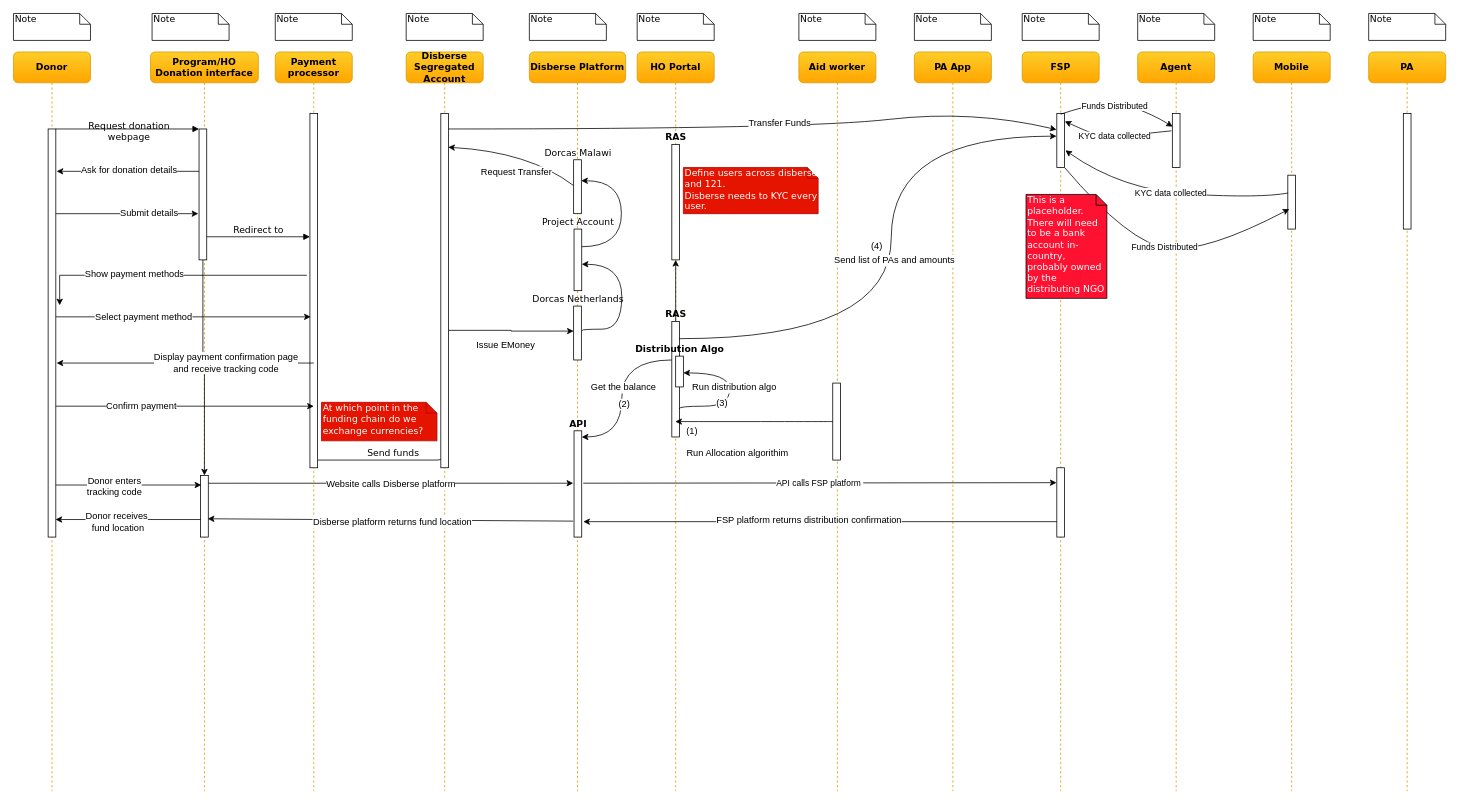
Above: Funds Flow Sequence Diagram.drawio in nsward/diagrams (draw.io), before the change. Source tidied: cells renumbered, new cells numbered last; positions are measured from the earlier drawing's top-left corner, leaving out a move shared by most shapes. Both pictures are drawn from the tidied source at 77%, with x=0, y=0 at pixel (13, 13).
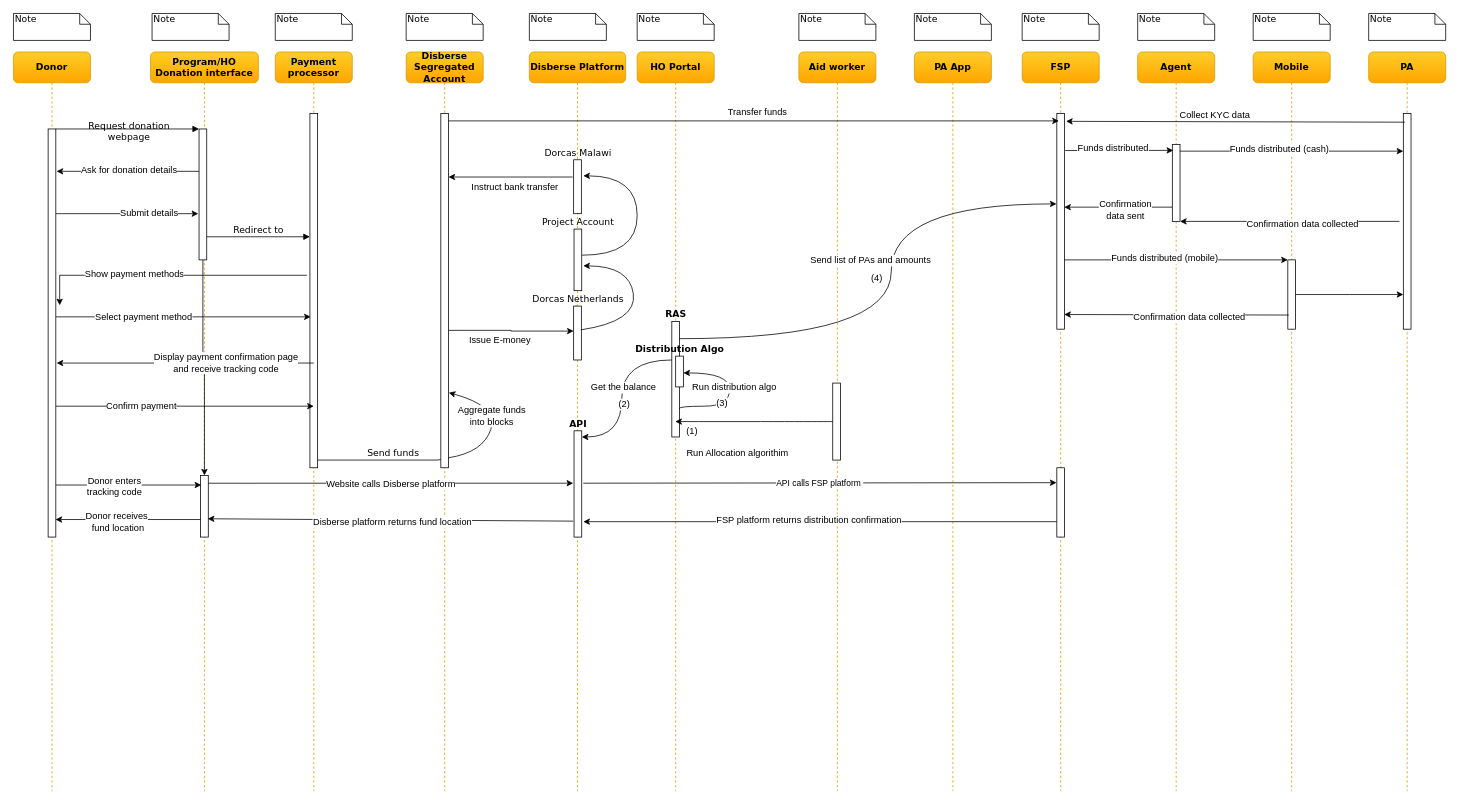
After the change.

Unchanged cells that the change refers to:
```xml
<mxCell id="8" value="Disberse Platform" style="shape=umlLifeline;perimeter=lifelinePerimeter;whiteSpace=wrap;html=1;rounded=1;shadow=0;comic=0;labelBackgroundColor=none;strokeColor=#d79b00;strokeWidth=1;fillColor=#ffcd28;fontFamily=Verdana;fontSize=12;fontColor=#000000;align=center;fontStyle=1;gradientColor=#ffa500;" parent="1" vertex="1">
  <mxGeometry x="670" y="50" width="125" height="960" as="geometry" />
</mxCell>
<mxCell id="9" value="Project Account" style="html=1;points=[];perimeter=orthogonalPerimeter;rounded=0;shadow=0;comic=0;labelBackgroundColor=none;strokeColor=#000000;strokeWidth=1;fillColor=#FFFFFF;fontFamily=Verdana;fontSize=12;fontColor=#000000;align=center;verticalAlign=bottom;labelPosition=center;verticalLabelPosition=top;" parent="8" vertex="1">
  <mxGeometry x="58" y="230" width="10" height="80" as="geometry" />
</mxCell>
<mxCell id="10" value="Dorcas Malawi" style="html=1;points=[];perimeter=orthogonalPerimeter;rounded=0;shadow=0;comic=0;labelBackgroundColor=none;strokeColor=#000000;strokeWidth=1;fillColor=#FFFFFF;fontFamily=Verdana;fontSize=12;fontColor=#000000;align=center;verticalAlign=bottom;labelPosition=center;verticalLabelPosition=top;" parent="8" vertex="1">
  <mxGeometry x="57.5" y="140" width="10" height="70" as="geometry" />
</mxCell>
<mxCell id="12" value="Dorcas Netherlands" style="html=1;points=[];perimeter=orthogonalPerimeter;rounded=0;shadow=0;comic=0;labelBackgroundColor=none;strokeColor=#000000;strokeWidth=1;fillColor=#FFFFFF;fontFamily=Verdana;fontSize=12;fontColor=#000000;align=center;verticalAlign=bottom;labelPosition=center;verticalLabelPosition=top;" parent="8" vertex="1">
  <mxGeometry x="57.5" y="330" width="10" height="70" as="geometry" />
</mxCell>
<mxCell id="14" value="HO Portal" style="shape=umlLifeline;perimeter=lifelinePerimeter;whiteSpace=wrap;html=1;outlineConnect=0;rounded=1;shadow=0;comic=0;labelBackgroundColor=none;strokeColor=#d79b00;strokeWidth=1;fillColor=#ffcd28;fontFamily=Verdana;fontSize=12;fontColor=#000000;align=center;fontStyle=1;gradientColor=#ffa500;" parent="1" vertex="1">
  <mxGeometry x="810" y="50" width="100" height="960" as="geometry" />
</mxCell>
<mxCell id="16" value="RAS" style="html=1;points=[];perimeter=orthogonalPerimeter;rounded=0;shadow=0;comic=0;labelBackgroundColor=none;strokeColor=#000000;strokeWidth=1;fillColor=#FFFFFF;fontFamily=Verdana;fontSize=12;fontColor=#000000;align=center;labelPosition=center;verticalLabelPosition=top;verticalAlign=bottom;fontStyle=1;" parent="14" vertex="1">
  <mxGeometry x="45" y="350" width="10" height="150" as="geometry" />
</mxCell>
<mxCell id="19" value="FSP" style="shape=umlLifeline;perimeter=lifelinePerimeter;whiteSpace=wrap;html=1;rounded=1;shadow=0;comic=0;labelBackgroundColor=none;strokeWidth=1;fillColor=#ffcd28;fontFamily=Verdana;fontSize=12;align=center;fontStyle=1;strokeColor=#d79b00;gradientColor=#ffa500;" parent="1" vertex="1">
  <mxGeometry x="1310" y="50" width="100" height="960" as="geometry" />
</mxCell>
<mxCell id="46" value="Disberse Segregated Account" style="shape=umlLifeline;perimeter=lifelinePerimeter;whiteSpace=wrap;html=1;rounded=1;shadow=0;comic=0;labelBackgroundColor=none;strokeColor=#d79b00;strokeWidth=1;fillColor=#ffcd28;fontFamily=Verdana;fontSize=12;fontColor=#000000;align=center;fontStyle=1;gradientColor=#ffa500;" parent="1" vertex="1">
  <mxGeometry x="510" y="50" width="100" height="960" as="geometry" />
</mxCell>
<mxCell id="47" style="html=1;points=[];perimeter=orthogonalPerimeter;rounded=0;shadow=0;comic=0;labelBackgroundColor=none;strokeColor=#000000;strokeWidth=1;fillColor=#FFFFFF;fontFamily=Verdana;fontSize=12;fontColor=#000000;align=center;labelPosition=center;verticalLabelPosition=top;verticalAlign=bottom;" parent="46" vertex="1">
  <mxGeometry x="45" y="80" width="10" height="460" as="geometry" />
</mxCell>
<mxCell id="49" style="edgeStyle=orthogonalEdgeStyle;rounded=0;jettySize=auto;html=1;entryX=0;entryY=0.464;entryDx=0;entryDy=0;entryPerimeter=0;exitX=1.039;exitY=0.612;exitDx=0;exitDy=0;exitPerimeter=0;" parent="1" edge="1" source="47" target="12">
  <mxGeometry relative="1" as="geometry" />
</mxCell>
<mxCell id="73" value="Agent" style="shape=umlLifeline;perimeter=lifelinePerimeter;whiteSpace=wrap;html=1;rounded=1;shadow=0;comic=0;labelBackgroundColor=none;strokeWidth=1;fillColor=#ffcd28;fontFamily=Verdana;fontSize=12;align=center;fontStyle=1;strokeColor=#d79b00;gradientColor=#ffa500;" parent="1" vertex="1">
  <mxGeometry x="1460" y="50" width="100" height="960" as="geometry" />
</mxCell>
<mxCell id="75" value="Mobile" style="shape=umlLifeline;perimeter=lifelinePerimeter;whiteSpace=wrap;html=1;rounded=1;shadow=0;comic=0;labelBackgroundColor=none;strokeWidth=1;fillColor=#ffcd28;fontFamily=Verdana;fontSize=12;align=center;fontStyle=1;strokeColor=#d79b00;gradientColor=#ffa500;" parent="1" vertex="1">
  <mxGeometry x="1610" y="50" width="100" height="960" as="geometry" />
</mxCell>
<mxCell id="82" value="PA" style="shape=umlLifeline;perimeter=lifelinePerimeter;whiteSpace=wrap;html=1;rounded=1;shadow=0;comic=0;labelBackgroundColor=none;strokeWidth=1;fillColor=#ffcd28;fontFamily=Verdana;fontSize=12;align=center;fontStyle=1;strokeColor=#d79b00;gradientColor=#ffa500;" parent="1" vertex="1">
  <mxGeometry x="1760" y="50" width="100" height="960" as="geometry" />
</mxCell>
```

Diff of the diagram source:
```diff
@@
-    <mxCell id="13" style="edgeStyle=orthogonalEdgeStyle;curved=1;rounded=0;jettySize=auto;html=1;entryX=1;entryY=0.571;entryDx=0;entryDy=0;entryPerimeter=0;exitX=1.097;exitY=0.452;exitDx=0;exitDy=0;exitPerimeter=0;" parent="8" edge="1" source="12" target="9">
+    <mxCell id="13" style="curved=1;endArrow=classic;html=1;exitX=0.943;exitY=0.441;exitDx=0;exitDy=0;exitPerimeter=0;entryX=1.2;entryY=0.597;entryDx=0;entryDy=0;entryPerimeter=0;" parent="8" edge="1" source="12" target="9">
       <mxGeometry relative="1" as="geometry">
         <Array as="points">
-          <mxPoint x="68" y="360" />
-          <mxPoint x="120" y="360" />
-          <mxPoint x="120" y="276" />
+          <mxPoint x="140" y="350" />
+          <mxPoint x="130" y="278" />
         </Array>
       </mxGeometry>
     </mxCell>
+    <mxCell id="99" style="curved=1;endArrow=classic;html=1;exitX=1.047;exitY=0.424;exitDx=0;exitDy=0;exitPerimeter=0;entryX=1.25;entryY=0.298;entryDx=0;entryDy=0;entryPerimeter=0;" parent="8" edge="1" source="9" target="10">
+      <mxGeometry relative="1" as="geometry">
+        <Array as="points">
+          <mxPoint x="140" y="264" />
+          <mxPoint x="140" y="161" />
+        </Array>
+      </mxGeometry>
+    </mxCell>
@@
-    <mxCell id="15" style="edgeStyle=orthogonalEdgeStyle;rounded=0;jettySize=auto;html=1;" parent="14" edge="1" source="16" target="17">
-      <mxGeometry relative="1" as="geometry" />
-    </mxCell>
@@
-    <mxCell id="17" value="RAS" style="html=1;points=[];perimeter=orthogonalPerimeter;rounded=0;shadow=0;comic=0;labelBackgroundColor=none;strokeColor=#000000;strokeWidth=1;fillColor=#FFFFFF;fontFamily=Verdana;fontSize=12;fontColor=#000000;align=center;labelPosition=center;verticalLabelPosition=top;verticalAlign=bottom;fontStyle=1;" parent="14" vertex="1">
-      <mxGeometry x="45" y="120" width="10" height="150" as="geometry" />
-    </mxCell>
@@
     <mxCell id="20" style="html=1;points=[];perimeter=orthogonalPerimeter;rounded=0;shadow=0;comic=0;labelBackgroundColor=none;strokeColor=#000000;strokeWidth=1;fillColor=#FFFFFF;fontFamily=Verdana;fontSize=12;fontColor=#000000;align=center;verticalAlign=bottom;labelPosition=center;verticalLabelPosition=top;direction=west;" parent="19" vertex="1">
-      <mxGeometry x="45" y="80" width="10" height="70" as="geometry" />
+      <mxGeometry x="45" y="80" width="10" height="280" as="geometry" />
     </mxCell>
@@
+    <mxCell id="100" style="curved=1;endArrow=classic;html=1;exitX=0.962;exitY=0.972;exitDx=0;exitDy=0;exitPerimeter=0;entryX=1.039;entryY=0.788;entryDx=0;entryDy=0;entryPerimeter=0;" parent="46" edge="1" source="47" target="47">
+      <mxGeometry relative="1" as="geometry">
+        <Array as="points">
+          <mxPoint x="100" y="520" />
+          <mxPoint x="120" y="460" />
+        </Array>
+      </mxGeometry>
+    </mxCell>
+    <mxCell id="101" value="Aggregate funds&lt;br&gt;into blocks&lt;br&gt;" style="text;html=1;align=center;verticalAlign=middle;labelBackgroundColor=#ffffff;" parent="100" vertex="1">
+      <mxGeometry x="0.06" y="5" relative="1" as="geometry">
+        <mxPoint y="-1" as="offset" />
+      </mxGeometry>
+    </mxCell>
@@
-    <mxCell id="50" value="Issue EMoney" style="text;html=1;align=center;verticalAlign=middle;labelBackgroundColor=#ffffff;" parent="49" vertex="1">
-      <mxGeometry x="-0.13" y="-4" relative="1" as="geometry">
-        <mxPoint x="2" y="15" as="offset" />
-      </mxGeometry>
-    </mxCell>
-    <mxCell id="51" value="Define users across disberse and 121.&lt;br&gt;Disberse needs to KYC every user.&lt;br&gt;" style="shape=note;whiteSpace=wrap;html=1;size=14;verticalAlign=top;align=left;spacingTop=-6;rounded=0;shadow=0;comic=0;labelBackgroundColor=none;strokeColor=#B20000;strokeWidth=1;fillColor=#e51400;fontFamily=Verdana;fontSize=12;fontColor=#ffffff;" parent="1" vertex="1">
-      <mxGeometry x="870" y="200" width="175" height="60" as="geometry" />
-    </mxCell>
-    <mxCell id="52" value="At which point in the funding chain do we exchange currencies?" style="shape=note;whiteSpace=wrap;html=1;size=14;verticalAlign=top;align=left;spacingTop=-6;rounded=0;shadow=0;comic=0;labelBackgroundColor=none;strokeColor=#B20000;strokeWidth=1;fillColor=#e51400;fontFamily=Verdana;fontSize=12;fontColor=#ffffff;" parent="1" vertex="1">
-      <mxGeometry x="400" y="505" width="150" height="50" as="geometry" />
-    </mxCell>
@@
     <mxCell id="66" style="edgeStyle=orthogonalEdgeStyle;curved=1;rounded=0;jettySize=auto;html=1;entryX=1.038;entryY=0.581;entryDx=0;entryDy=0;entryPerimeter=0;exitX=0.962;exitY=0.149;exitDx=0;exitDy=0;exitPerimeter=0;" parent="1" edge="1" source="16" target="20">
       <mxGeometry relative="1" as="geometry">
         <Array as="points">
           <mxPoint x="1140" y="422" />
-          <mxPoint x="1140" y="159" />
+          <mxPoint x="1140" y="247" />
         </Array>
       </mxGeometry>
     </mxCell>
@@
-    <mxCell id="69" style="curved=1;endArrow=classic;html=1;entryX=0.962;entryY=0.095;entryDx=0;entryDy=0;entryPerimeter=0;exitX=-0.057;exitY=0.474;exitDx=0;exitDy=0;exitPerimeter=0;" parent="1" edge="1" source="10" target="47">
-      <mxGeometry relative="1" as="geometry">
-        <Array as="points">
-          <mxPoint x="670" y="179.9" />
-        </Array>
-      </mxGeometry>
-    </mxCell>
-    <mxCell id="70" value="Request Transfer&lt;br&gt;" style="text;html=1;align=center;verticalAlign=middle;labelBackgroundColor=#ffffff;" parent="69" vertex="1">
-      <mxGeometry x="0.09" y="2" relative="1" as="geometry">
-        <mxPoint x="8" y="25.5" as="offset" />
-      </mxGeometry>
-    </mxCell>
-    <mxCell id="71" style="curved=1;endArrow=classic;html=1;entryX=1.038;entryY=0.702;entryDx=0;entryDy=0;entryPerimeter=0;" parent="1" edge="1" target="20">
-      <mxGeometry relative="1" as="geometry">
-        <mxPoint x="565" y="150" as="sourcePoint" />
-        <Array as="points">
-          <mxPoint x="1030" y="150" />
-          <mxPoint x="1245" y="125" />
-        </Array>
-      </mxGeometry>
-    </mxCell>
-    <mxCell id="72" value="Transfer Funds" style="text;html=1;align=center;verticalAlign=middle;labelBackgroundColor=#ffffff;" parent="71" vertex="1">
-      <mxGeometry x="0.08" y="9" relative="1" as="geometry" />
-    </mxCell>
@@
     <mxCell id="74" style="html=1;points=[];perimeter=orthogonalPerimeter;rounded=0;shadow=0;comic=0;labelBackgroundColor=none;strokeColor=#000000;strokeWidth=1;fillColor=#FFFFFF;fontFamily=Verdana;fontSize=12;fontColor=#000000;align=center;verticalAlign=bottom;labelPosition=center;verticalLabelPosition=top;direction=west;" parent="73" vertex="1">
-      <mxGeometry x="45" y="80" width="10" height="70" as="geometry" />
+      <mxGeometry x="45" y="120" width="10" height="100" as="geometry" />
     </mxCell>
@@
     <mxCell id="76" style="html=1;points=[];perimeter=orthogonalPerimeter;rounded=0;shadow=0;comic=0;labelBackgroundColor=none;strokeColor=#000000;strokeWidth=1;fillColor=#FFFFFF;fontFamily=Verdana;fontSize=12;fontColor=#000000;align=center;verticalAlign=bottom;labelPosition=center;verticalLabelPosition=top;direction=west;" parent="75" vertex="1">
-      <mxGeometry x="45" y="160" width="10" height="70" as="geometry" />
+      <mxGeometry x="45" y="270" width="10" height="90" as="geometry" />
     </mxCell>
-    <mxCell id="77" value="Funds Distributed" style="curved=1;endArrow=classic;html=1;entryX=0.961;entryY=0.757;entryDx=0;entryDy=0;entryPerimeter=0;exitX=0.5;exitY=0.988;exitDx=0;exitDy=0;exitPerimeter=0;" parent="1" edge="1" source="20" target="74">
-      <mxGeometry x="-0.03" y="-6" relative="1" as="geometry">
-        <Array as="points">
-          <mxPoint x="1420" y="110" />
-          <mxPoint x="1480" y="131" />
-        </Array>
-      </mxGeometry>
-    </mxCell>
-    <mxCell id="78" value="Funds Distributed" style="curved=1;endArrow=classic;html=1;entryX=0.807;entryY=0.372;entryDx=0;entryDy=0;entryPerimeter=0;" parent="1" edge="1" source="20" target="76">
-      <mxGeometry relative="1" as="geometry">
-        <Array as="points">
-          <mxPoint x="1450" y="300" />
-          <mxPoint x="1550" y="310" />
-        </Array>
-      </mxGeometry>
-    </mxCell>
-    <mxCell id="79" value="&lt;font color=&quot;#ffffff&quot;&gt;This is a placeholder. There will need to be a bank account in-country, probably owned by the distributing NGO&lt;/font&gt;" style="shape=note;whiteSpace=wrap;html=1;size=14;verticalAlign=top;align=left;spacingTop=-6;rounded=0;shadow=0;comic=0;labelBackgroundColor=none;strokeColor=#000000;strokeWidth=1;fillColor=#FF1231;fontFamily=Verdana;fontSize=12;fontColor=#000000;" parent="1" vertex="1">
-      <mxGeometry x="1315" y="235" width="105" height="135" as="geometry" />
-    </mxCell>
-    <mxCell id="80" value="KYC data collected" style="curved=1;endArrow=classic;html=1;exitX=0.961;exitY=0.669;exitDx=0;exitDy=0;exitPerimeter=0;entryX=-0.116;entryY=0.318;entryDx=0;entryDy=0;entryPerimeter=0;" parent="1" edge="1" source="76" target="20">
-      <mxGeometry relative="1" as="geometry">
-        <Array as="points">
-          <mxPoint x="1620" y="239.8" />
-          <mxPoint x="1440" y="230" />
-        </Array>
-      </mxGeometry>
-    </mxCell>
-    <mxCell id="81" value="KYC data collected" style="curved=1;endArrow=classic;html=1;exitX=1.115;exitY=0.68;exitDx=0;exitDy=0;exitPerimeter=0;entryX=-0.039;entryY=0.856;entryDx=0;entryDy=0;entryPerimeter=0;" parent="1" edge="1" source="74" target="20">
-      <mxGeometry x="0.02" relative="1" as="geometry">
-        <Array as="points">
-          <mxPoint x="1430" y="160" />
-          <mxPoint x="1420" y="165" />
-        </Array>
-      </mxGeometry>
-    </mxCell>
@@
     <mxCell id="83" style="html=1;points=[];perimeter=orthogonalPerimeter;rounded=0;shadow=0;comic=0;labelBackgroundColor=none;strokeColor=#000000;strokeWidth=1;fillColor=#FFFFFF;fontFamily=Verdana;fontSize=12;fontColor=#000000;align=center;verticalAlign=bottom;labelPosition=center;verticalLabelPosition=top;direction=west;" parent="82" vertex="1">
-      <mxGeometry x="45" y="80" width="10" height="150" as="geometry" />
+      <mxGeometry x="45" y="80" width="10" height="280" as="geometry" />
     </mxCell>
@@
-    <mxCell id="98" style="edgeStyle=orthogonalEdgeStyle;curved=1;rounded=0;orthogonalLoop=1;jettySize=auto;html=1;entryX=1;entryY=0.571;entryDx=0;entryDy=0;entryPerimeter=0;exitX=1.097;exitY=0.452;exitDx=0;exitDy=0;exitPerimeter=0;" parent="1" edge="1">
-      <mxGeometry relative="1" as="geometry">
-        <mxPoint x="737.9" y="302.9" as="sourcePoint" />
-        <mxPoint x="737.4" y="217.2" as="targetPoint" />
-        <Array as="points">
-          <mxPoint x="789.5" y="302.5" />
-          <mxPoint x="789.5" y="217.5" />
-        </Array>
-      </mxGeometry>
-    </mxCell>
+    <mxCell id="69" style="endArrow=classic;html=1;exitX=-0.134;exitY=0.32;exitDx=0;exitDy=0;exitPerimeter=0;" parent="1" edge="1" source="10" target="47">
+      <mxGeometry relative="1" as="geometry" />
+    </mxCell>
+    <mxCell id="102" value="Instruct bank transfer" style="text;html=1;align=center;verticalAlign=middle;labelBackgroundColor=#ffffff;" parent="69" vertex="1">
+      <mxGeometry x="0.24" y="-2" relative="1" as="geometry">
+        <mxPoint x="24" y="15" as="offset" />
+      </mxGeometry>
+    </mxCell>
+    <mxCell id="103" value="Issue E-money" style="text;html=1;align=left;verticalAlign=top;spacingTop=-4;" parent="1" vertex="1">
+      <mxGeometry x="590" y="415" width="100" height="20" as="geometry" />
+    </mxCell>
+    <mxCell id="104" style="endArrow=classic;html=1;entryX=0.73;entryY=0.966;entryDx=0;entryDy=0;entryPerimeter=0;" parent="1" edge="1" source="47" target="20">
+      <mxGeometry relative="1" as="geometry" />
+    </mxCell>
+    <mxCell id="105" value="Transfer funds" style="text;html=1;align=center;verticalAlign=middle;labelBackgroundColor=#ffffff;" parent="104" vertex="1">
+      <mxGeometry x="0.05" y="-3" relative="1" as="geometry">
+        <mxPoint x="-16" y="-15" as="offset" />
+      </mxGeometry>
+    </mxCell>
+    <mxCell id="106" style="endArrow=classic;html=1;exitX=0.038;exitY=0.912;exitDx=0;exitDy=0;exitPerimeter=0;" parent="1" edge="1" source="74" target="83">
+      <mxGeometry relative="1" as="geometry" />
+    </mxCell>
+    <mxCell id="107" value="Funds distributed (cash)" style="text;html=1;align=center;verticalAlign=middle;labelBackgroundColor=#ffffff;" parent="106" vertex="1">
+      <mxGeometry x="-0.11" y="3" relative="1" as="geometry" />
+    </mxCell>
+    <mxCell id="108" style="endArrow=classic;html=1;" parent="1" edge="1" target="74">
+      <mxGeometry relative="1" as="geometry">
+        <mxPoint x="1800" y="270" as="sourcePoint" />
+      </mxGeometry>
+    </mxCell>
+    <mxCell id="109" value="Confirmation data collected" style="text;html=1;align=center;verticalAlign=middle;labelBackgroundColor=#ffffff;" parent="108" vertex="1">
+      <mxGeometry x="-0.11" y="3" relative="1" as="geometry" />
+    </mxCell>
+    <mxCell id="110" style="endArrow=classic;html=1;entryX=0.884;entryY=0.922;entryDx=0;entryDy=0;entryPerimeter=0;" parent="1" edge="1" target="74">
+      <mxGeometry relative="1" as="geometry">
+        <mxPoint x="1366" y="178" as="sourcePoint" />
+      </mxGeometry>
+    </mxCell>
+    <mxCell id="111" value="Funds distributed" style="text;html=1;align=center;verticalAlign=middle;labelBackgroundColor=#ffffff;" parent="110" vertex="1">
+      <mxGeometry x="-0.11" y="3" relative="1" as="geometry" />
+    </mxCell>
+    <mxCell id="81" style="endArrow=classic;html=1;entryX=0.038;entryY=0.566;entryDx=0;entryDy=0;entryPerimeter=0;" parent="1" edge="1" source="74" target="20">
+      <mxGeometry relative="1" as="geometry" />
+    </mxCell>
+    <mxCell id="112" value="Confirmation &lt;br&gt;data sent" style="text;html=1;align=center;verticalAlign=middle;labelBackgroundColor=#ffffff;" parent="81" vertex="1">
+      <mxGeometry x="-0.11" y="3" relative="1" as="geometry" />
+    </mxCell>
+    <mxCell id="78" style="endArrow=classic;html=1;" parent="1" edge="1" source="20" target="76">
+      <mxGeometry relative="1" as="geometry" />
+    </mxCell>
+    <mxCell id="113" value="Funds distributed (mobile)" style="text;html=1;align=center;verticalAlign=middle;labelBackgroundColor=#ffffff;" parent="78" vertex="1">
+      <mxGeometry x="-0.11" y="3" relative="1" as="geometry" />
+    </mxCell>
+    <mxCell id="114" style="endArrow=classic;html=1;exitX=0.81;exitY=0.96;exitDx=0;exitDy=0;exitPerimeter=0;entryX=-0.193;entryY=0.964;entryDx=0;entryDy=0;entryPerimeter=0;" parent="1" edge="1" source="83" target="20">
+      <mxGeometry relative="1" as="geometry" />
+    </mxCell>
+    <mxCell id="115" value="Collect KYC data" style="text;html=1;align=center;verticalAlign=middle;labelBackgroundColor=#ffffff;" parent="114" vertex="1">
+      <mxGeometry x="-0.11" y="3" relative="1" as="geometry">
+        <mxPoint x="-51" y="-12.5" as="offset" />
+      </mxGeometry>
+    </mxCell>
+    <mxCell id="80" style="endArrow=classic;html=1;exitX=0.884;exitY=0.204;exitDx=0;exitDy=0;exitPerimeter=0;entryX=0.038;entryY=0.068;entryDx=0;entryDy=0;entryPerimeter=0;" parent="1" edge="1" source="76" target="20">
+      <mxGeometry relative="1" as="geometry" />
+    </mxCell>
+    <mxCell id="116" value="Confirmation data collected" style="text;html=1;align=center;verticalAlign=middle;labelBackgroundColor=#ffffff;" parent="80" vertex="1">
+      <mxGeometry x="-0.11" y="3" relative="1" as="geometry" />
+    </mxCell>
+    <mxCell id="117" style="edgeStyle=orthogonalEdgeStyle;rounded=0;jettySize=auto;html=1;" parent="1" edge="1" source="76">
+      <mxGeometry relative="1" as="geometry">
+        <mxPoint x="1805" y="365" as="targetPoint" />
+      </mxGeometry>
+    </mxCell>
```
